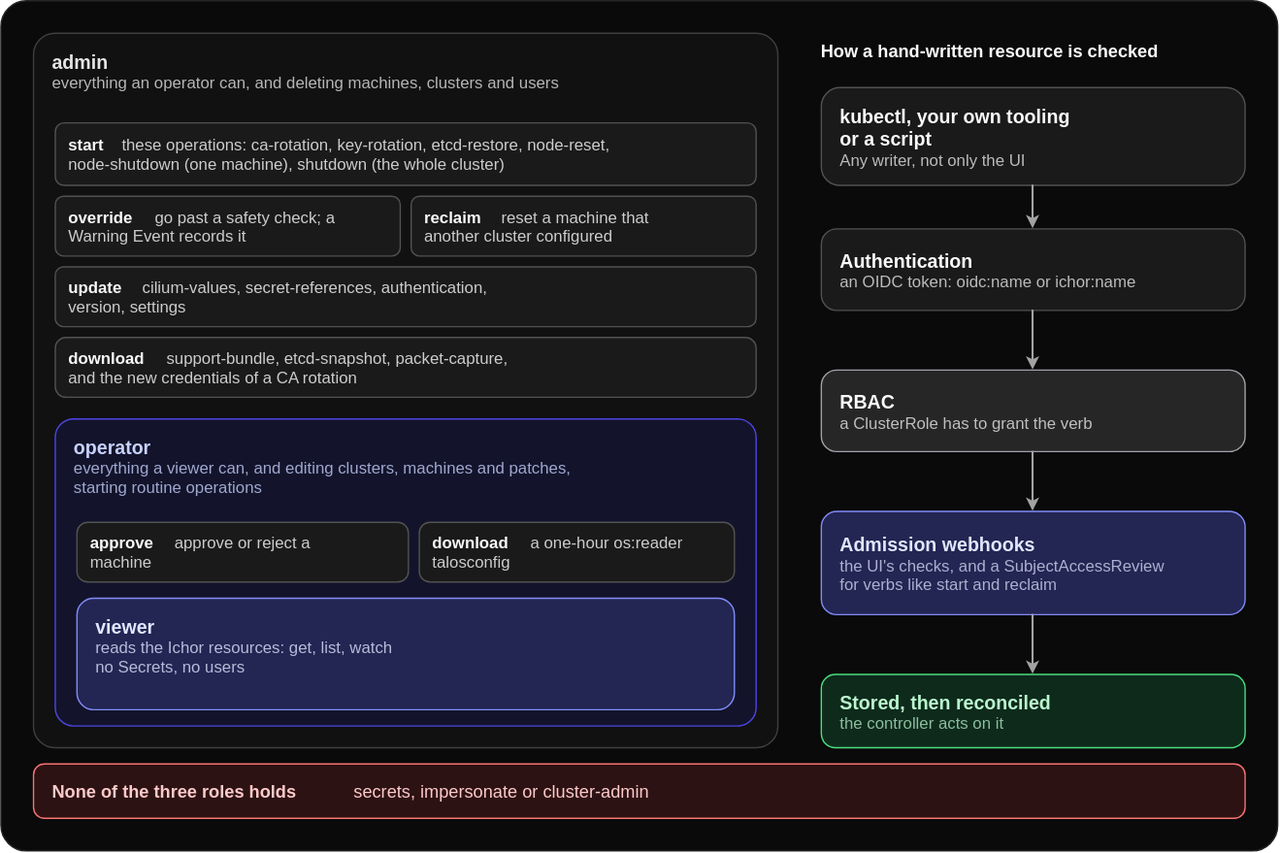
maeshinshin/ichor keeps this draw.io diagram as docs/images/roles.dark.drawio.svg. Above is the earlier version. Source tidied: cells renumbered, new cells last; positions are measured from the earlier drawing's top-left corner, leaving out a move shared by most shapes.
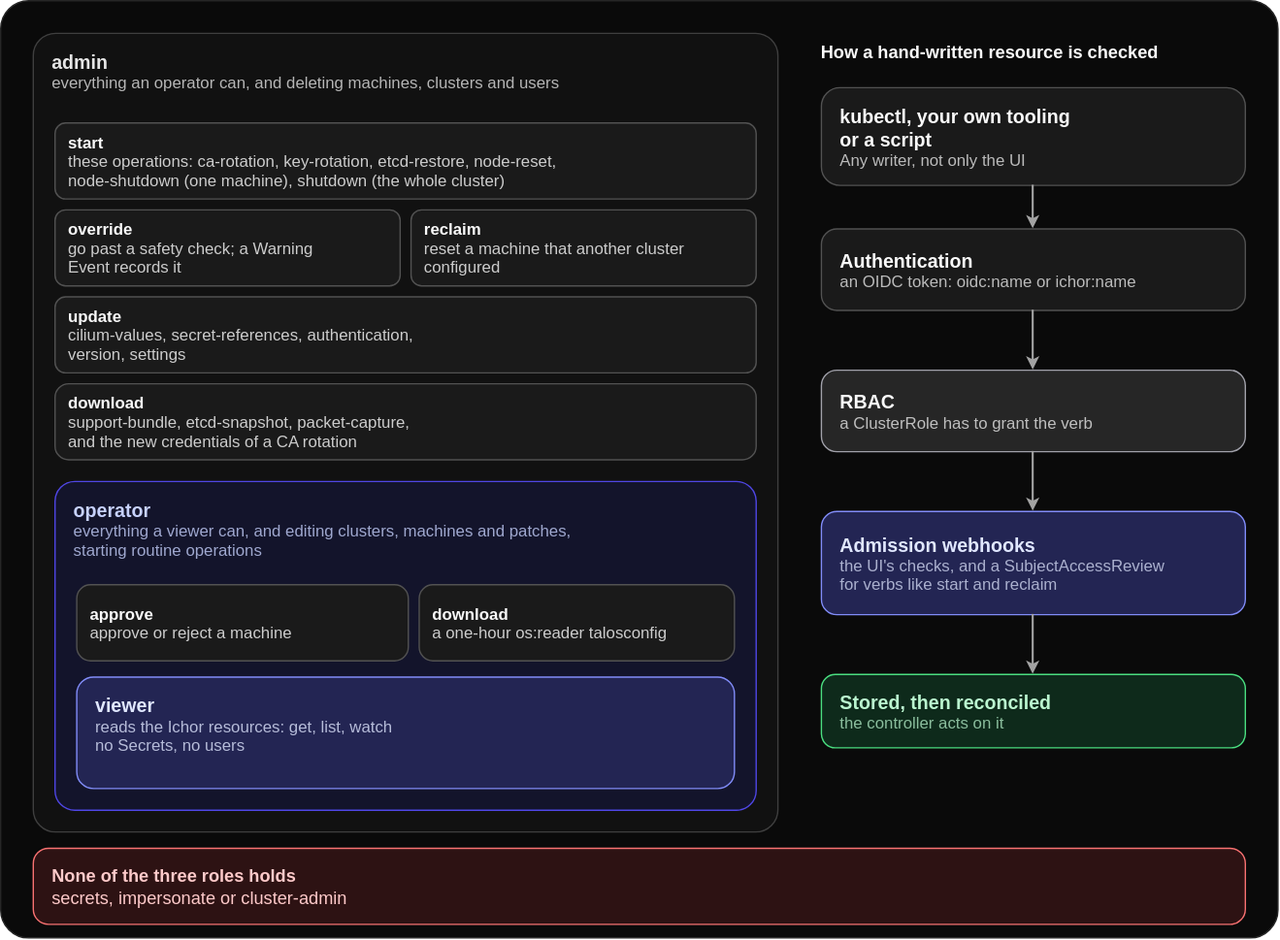
The same file after the commit.

Commit message:
docs(diagrams): roles: bold leads on their own line so no offset depends on the font

What changed in the source:
```diff
@@ -3,10 +3,10 @@
     <mxCell id="0" style="html=0;" />
     <mxCell id="1" style="html=0;" parent="0" />
     <mxCell id="2" style="rounded=1;arcSize=3;fillColor=light-dark(#FFFFFF,#0A0A0A);strokeColor=light-dark(#E5E5E5,#262626);strokeWidth=1;fontColor=light-dark(#171717,#FAFAFA);fontFamily=Helvetica;fontSize=14;align=center;verticalAlign=middle;html=0;" parent="1" vertex="1">
-      <mxGeometry width="940" height="626" as="geometry" />
+      <mxGeometry width="940" height="690" as="geometry" />
     </mxCell>
     <mxCell id="3" style="rounded=1;arcSize=3;fillColor=light-dark(#FAFAFA,#111111);strokeColor=light-dark(#D4D4D4,#3F3F3F);strokeWidth=1;fontColor=light-dark(#262626,#E5E5E5);fontFamily=Helvetica;fontSize=14;align=left;verticalAlign=top;spacingLeft=14;spacingTop=8;html=0;" parent="1" vertex="1">
-      <mxGeometry x="24" y="24" width="548" height="526" as="geometry" />
+      <mxGeometry x="24" y="24" width="548" height="588" as="geometry" />
     </mxCell>
     <mxCell id="4" value="admin" style="html=0;fillColor=none;strokeColor=none;fontFamily=Helvetica;fontSize=14;fontColor=light-dark(#262626,#E5E5E5);align=left;verticalAlign=middle;spacing=0;fontStyle=1;" parent="3" vertex="1">
       <mxGeometry x="14" y="12" width="534" height="17" as="geometry" />
@@ -15,67 +15,52 @@
       <mxGeometry x="14" y="29" width="534" height="14" as="geometry" />
     </mxCell>
     <mxCell id="6" style="rounded=1;arcSize=14;fillColor=light-dark(#FFFFFF,#1A1A1A);strokeColor=light-dark(#A3A3A3,#525252);strokeWidth=1;fontColor=light-dark(#171717,#FAFAFA);fontFamily=Helvetica;fontSize=12;align=left;verticalAlign=middle;spacingLeft=10;spacingRight=8;html=0;" parent="3" vertex="1">
-      <mxGeometry x="16" y="66" width="516" height="46" as="geometry" />
+      <mxGeometry x="16" y="66" width="516" height="56" as="geometry" />
     </mxCell>
     <mxCell id="7" value="start" style="html=0;fillColor=none;strokeColor=none;fontFamily=Helvetica;fontSize=12;fontColor=light-dark(#171717,#FAFAFA);align=left;verticalAlign=middle;spacing=0;fontStyle=1;" parent="6" vertex="1">
-      <mxGeometry x="10" y="9" width="39.4" height="14" as="geometry" />
+      <mxGeometry x="10" y="7" width="498" height="14" as="geometry" />
     </mxCell>
-    <mxCell id="8" value="these operations: ca-rotation, key-rotation, etcd-restore, node-reset," style="html=0;fillColor=none;strokeColor=none;fontFamily=Helvetica;fontSize=12;fontColor=light-dark(#171717,#FAFAFA);align=left;verticalAlign=middle;spacing=0;textOpacity=80;" parent="6" vertex="1">
-      <mxGeometry x="49.4" y="9" width="458.6" height="14" as="geometry" />
+    <mxCell id="8" value="these operations: ca-rotation, key-rotation, etcd-restore, node-reset,&#10;node-shutdown (one machine), shutdown (the whole cluster)" style="html=0;fillColor=none;strokeColor=none;fontFamily=Helvetica;fontSize=12;fontColor=light-dark(#171717,#FAFAFA);align=left;verticalAlign=middle;spacing=0;textOpacity=80;" parent="6" vertex="1">
+      <mxGeometry x="10" y="21" width="498" height="28" as="geometry" />
     </mxCell>
-    <mxCell id="9" value="node-shutdown (one machine), shutdown (the whole cluster)" style="html=0;fillColor=none;strokeColor=none;fontFamily=Helvetica;fontSize=12;fontColor=light-dark(#171717,#FAFAFA);align=left;verticalAlign=middle;spacing=0;textOpacity=80;" parent="6" vertex="1">
-      <mxGeometry x="10" y="23" width="498" height="14" as="geometry" />
-    </mxCell>
     <mxCell id="10" style="rounded=1;arcSize=14;fillColor=light-dark(#FFFFFF,#1A1A1A);strokeColor=light-dark(#A3A3A3,#525252);strokeWidth=1;fontColor=light-dark(#171717,#FAFAFA);fontFamily=Helvetica;fontSize=12;align=left;verticalAlign=middle;spacingLeft=10;spacingRight=8;html=0;" parent="3" vertex="1">
-      <mxGeometry x="16" y="120" width="254" height="44" as="geometry" />
+      <mxGeometry x="16" y="130" width="254" height="56" as="geometry" />
     </mxCell>
     <mxCell id="11" value="override" style="html=0;fillColor=none;strokeColor=none;fontFamily=Helvetica;fontSize=12;fontColor=light-dark(#171717,#FAFAFA);align=left;verticalAlign=middle;spacing=0;fontStyle=1;" parent="10" vertex="1">
-      <mxGeometry x="10" y="8" width="63.7" height="14" as="geometry" />
+      <mxGeometry x="10" y="7" width="236" height="14" as="geometry" />
     </mxCell>
-    <mxCell id="12" value="go past a safety check; a" style="html=0;fillColor=none;strokeColor=none;fontFamily=Helvetica;fontSize=12;fontColor=light-dark(#171717,#FAFAFA);align=left;verticalAlign=middle;spacing=0;textOpacity=80;" parent="10" vertex="1">
-      <mxGeometry x="73.7" y="8" width="172.3" height="14" as="geometry" />
+    <mxCell id="12" value="go past a safety check; a Warning&#10;Event records it" style="html=0;fillColor=none;strokeColor=none;fontFamily=Helvetica;fontSize=12;fontColor=light-dark(#171717,#FAFAFA);align=left;verticalAlign=middle;spacing=0;textOpacity=80;" parent="10" vertex="1">
+      <mxGeometry x="10" y="21" width="236" height="28" as="geometry" />
     </mxCell>
-    <mxCell id="13" value="Warning Event records it" style="html=0;fillColor=none;strokeColor=none;fontFamily=Helvetica;fontSize=12;fontColor=light-dark(#171717,#FAFAFA);align=left;verticalAlign=middle;spacing=0;textOpacity=80;" parent="10" vertex="1">
-      <mxGeometry x="10" y="22" width="236" height="14" as="geometry" />
-    </mxCell>
     <mxCell id="14" style="rounded=1;arcSize=14;fillColor=light-dark(#FFFFFF,#1A1A1A);strokeColor=light-dark(#A3A3A3,#525252);strokeWidth=1;fontColor=light-dark(#171717,#FAFAFA);fontFamily=Helvetica;fontSize=12;align=left;verticalAlign=middle;spacingLeft=10;spacingRight=8;html=0;" parent="3" vertex="1">
-      <mxGeometry x="278" y="120" width="254" height="44" as="geometry" />
+      <mxGeometry x="278" y="130" width="254" height="56" as="geometry" />
     </mxCell>
     <mxCell id="15" value="reclaim" style="html=0;fillColor=none;strokeColor=none;fontFamily=Helvetica;fontSize=12;fontColor=light-dark(#171717,#FAFAFA);align=left;verticalAlign=middle;spacing=0;fontStyle=1;" parent="14" vertex="1">
-      <mxGeometry x="10" y="8" width="56.8" height="14" as="geometry" />
+      <mxGeometry x="10" y="7" width="236" height="14" as="geometry" />
     </mxCell>
-    <mxCell id="16" value="reset a machine that" style="html=0;fillColor=none;strokeColor=none;fontFamily=Helvetica;fontSize=12;fontColor=light-dark(#171717,#FAFAFA);align=left;verticalAlign=middle;spacing=0;textOpacity=80;" parent="14" vertex="1">
-      <mxGeometry x="66.8" y="8" width="179.2" height="14" as="geometry" />
+    <mxCell id="16" value="reset a machine that another cluster&#10;configured" style="html=0;fillColor=none;strokeColor=none;fontFamily=Helvetica;fontSize=12;fontColor=light-dark(#171717,#FAFAFA);align=left;verticalAlign=middle;spacing=0;textOpacity=80;" parent="14" vertex="1">
+      <mxGeometry x="10" y="21" width="236" height="28" as="geometry" />
     </mxCell>
-    <mxCell id="17" value="another cluster configured" style="html=0;fillColor=none;strokeColor=none;fontFamily=Helvetica;fontSize=12;fontColor=light-dark(#171717,#FAFAFA);align=left;verticalAlign=middle;spacing=0;textOpacity=80;" parent="14" vertex="1">
-      <mxGeometry x="10" y="22" width="236" height="14" as="geometry" />
-    </mxCell>
     <mxCell id="18" style="rounded=1;arcSize=14;fillColor=light-dark(#FFFFFF,#1A1A1A);strokeColor=light-dark(#A3A3A3,#525252);strokeWidth=1;fontColor=light-dark(#171717,#FAFAFA);fontFamily=Helvetica;fontSize=12;align=left;verticalAlign=middle;spacingLeft=10;spacingRight=8;html=0;" parent="3" vertex="1">
-      <mxGeometry x="16" y="172" width="516" height="44" as="geometry" />
+      <mxGeometry x="16" y="194" width="516" height="56" as="geometry" />
     </mxCell>
     <mxCell id="19" value="update" style="html=0;fillColor=none;strokeColor=none;fontFamily=Helvetica;fontSize=12;fontColor=light-dark(#171717,#FAFAFA);align=left;verticalAlign=middle;spacing=0;fontStyle=1;" parent="18" vertex="1">
-      <mxGeometry x="10" y="8" width="54.5" height="14" as="geometry" />
+      <mxGeometry x="10" y="7" width="498" height="14" as="geometry" />
     </mxCell>
-    <mxCell id="20" value="cilium-values, secret-references, authentication," style="html=0;fillColor=none;strokeColor=none;fontFamily=Helvetica;fontSize=12;fontColor=light-dark(#171717,#FAFAFA);align=left;verticalAlign=middle;spacing=0;textOpacity=80;" parent="18" vertex="1">
-      <mxGeometry x="64.5" y="8" width="443.5" height="14" as="geometry" />
+    <mxCell id="20" value="cilium-values, secret-references, authentication,&#10;version, settings" style="html=0;fillColor=none;strokeColor=none;fontFamily=Helvetica;fontSize=12;fontColor=light-dark(#171717,#FAFAFA);align=left;verticalAlign=middle;spacing=0;textOpacity=80;" parent="18" vertex="1">
+      <mxGeometry x="10" y="21" width="498" height="28" as="geometry" />
     </mxCell>
-    <mxCell id="21" value="version, settings" style="html=0;fillColor=none;strokeColor=none;fontFamily=Helvetica;fontSize=12;fontColor=light-dark(#171717,#FAFAFA);align=left;verticalAlign=middle;spacing=0;textOpacity=80;" parent="18" vertex="1">
-      <mxGeometry x="10" y="22" width="498" height="14" as="geometry" />
-    </mxCell>
     <mxCell id="22" style="rounded=1;arcSize=18;fillColor=light-dark(#FFFFFF,#1A1A1A);strokeColor=light-dark(#A3A3A3,#525252);strokeWidth=1;fontColor=light-dark(#171717,#FAFAFA);fontFamily=Helvetica;fontSize=12;align=left;verticalAlign=middle;spacingLeft=10;spacingRight=8;html=0;" parent="3" vertex="1">
-      <mxGeometry x="16" y="224" width="516" height="44" as="geometry" />
+      <mxGeometry x="16" y="258" width="516" height="56" as="geometry" />
     </mxCell>
     <mxCell id="23" value="download" style="html=0;fillColor=none;strokeColor=none;fontFamily=Helvetica;fontSize=12;fontColor=light-dark(#171717,#FAFAFA);align=left;verticalAlign=middle;spacing=0;fontStyle=1;" parent="22" vertex="1">
-      <mxGeometry x="10" y="8" width="72.3" height="14" as="geometry" />
+      <mxGeometry x="10" y="7" width="498" height="14" as="geometry" />
     </mxCell>
-    <mxCell id="24" value="support-bundle, etcd-snapshot, packet-capture," style="html=0;fillColor=none;strokeColor=none;fontFamily=Helvetica;fontSize=12;fontColor=light-dark(#171717,#FAFAFA);align=left;verticalAlign=middle;spacing=0;textOpacity=80;" parent="22" vertex="1">
-      <mxGeometry x="82.3" y="8" width="425.7" height="14" as="geometry" />
+    <mxCell id="24" value="support-bundle, etcd-snapshot, packet-capture,&#10;and the new credentials of a CA rotation" style="html=0;fillColor=none;strokeColor=none;fontFamily=Helvetica;fontSize=12;fontColor=light-dark(#171717,#FAFAFA);align=left;verticalAlign=middle;spacing=0;textOpacity=80;" parent="22" vertex="1">
+      <mxGeometry x="10" y="21" width="498" height="28" as="geometry" />
     </mxCell>
-    <mxCell id="25" value="and the new credentials of a CA rotation" style="html=0;fillColor=none;strokeColor=none;fontFamily=Helvetica;fontSize=12;fontColor=light-dark(#171717,#FAFAFA);align=left;verticalAlign=middle;spacing=0;textOpacity=80;" parent="22" vertex="1">
-      <mxGeometry x="10" y="22" width="498" height="14" as="geometry" />
-    </mxCell>
     <mxCell id="26" style="rounded=1;arcSize=6;fillColor=light-dark(#F7F8FF,#13142B);strokeColor=light-dark(#A5B4FC,#4F46E5);strokeWidth=1;fontColor=light-dark(#312E81,#C7D2FE);fontFamily=Helvetica;fontSize=14;align=left;verticalAlign=top;spacingLeft=14;spacingTop=8;html=0;" parent="3" vertex="1">
-      <mxGeometry x="16" y="284" width="516" height="226" as="geometry" />
+      <mxGeometry x="16" y="330" width="516" height="242" as="geometry" />
     </mxCell>
     <mxCell id="27" value="operator" style="html=0;fillColor=none;strokeColor=none;fontFamily=Helvetica;fontSize=14;fontColor=light-dark(#312E81,#C7D2FE);align=left;verticalAlign=middle;spacing=0;fontStyle=1;" parent="26" vertex="1">
       <mxGeometry x="14" y="12" width="502" height="17" as="geometry" />
@@ -84,31 +69,25 @@
       <mxGeometry x="14" y="29" width="502" height="28" as="geometry" />
     </mxCell>
     <mxCell id="29" style="rounded=1;arcSize=18;fillColor=light-dark(#FFFFFF,#1A1A1A);strokeColor=light-dark(#A3A3A3,#525252);strokeWidth=1;fontColor=light-dark(#171717,#FAFAFA);fontFamily=Helvetica;fontSize=12;align=left;verticalAlign=middle;spacingLeft=10;spacingRight=8;html=0;" parent="26" vertex="1">
-      <mxGeometry x="16" y="76" width="244" height="44" as="geometry" />
+      <mxGeometry x="16" y="76" width="244" height="56" as="geometry" />
     </mxCell>
     <mxCell id="30" value="approve" style="html=0;fillColor=none;strokeColor=none;fontFamily=Helvetica;fontSize=12;fontColor=light-dark(#171717,#FAFAFA);align=left;verticalAlign=middle;spacing=0;fontStyle=1;" parent="29" vertex="1">
-      <mxGeometry x="10" y="8" width="62.2" height="14" as="geometry" />
+      <mxGeometry x="10" y="14" width="226" height="14" as="geometry" />
     </mxCell>
-    <mxCell id="31" value="approve or reject a" style="html=0;fillColor=none;strokeColor=none;fontFamily=Helvetica;fontSize=12;fontColor=light-dark(#171717,#FAFAFA);align=left;verticalAlign=middle;spacing=0;textOpacity=80;" parent="29" vertex="1">
-      <mxGeometry x="72.2" y="8" width="163.8" height="14" as="geometry" />
+    <mxCell id="31" value="approve or reject a machine" style="html=0;fillColor=none;strokeColor=none;fontFamily=Helvetica;fontSize=12;fontColor=light-dark(#171717,#FAFAFA);align=left;verticalAlign=middle;spacing=0;textOpacity=80;" parent="29" vertex="1">
+      <mxGeometry x="10" y="28" width="226" height="14" as="geometry" />
     </mxCell>
-    <mxCell id="32" value="machine" style="html=0;fillColor=none;strokeColor=none;fontFamily=Helvetica;fontSize=12;fontColor=light-dark(#171717,#FAFAFA);align=left;verticalAlign=middle;spacing=0;textOpacity=80;" parent="29" vertex="1">
-      <mxGeometry x="10" y="22" width="226" height="14" as="geometry" />
-    </mxCell>
     <mxCell id="33" style="rounded=1;arcSize=18;fillColor=light-dark(#FFFFFF,#1A1A1A);strokeColor=light-dark(#A3A3A3,#525252);strokeWidth=1;fontColor=light-dark(#171717,#FAFAFA);fontFamily=Helvetica;fontSize=12;align=left;verticalAlign=middle;spacingLeft=10;spacingRight=8;html=0;" parent="26" vertex="1">
-      <mxGeometry x="268" y="76" width="232" height="44" as="geometry" />
+      <mxGeometry x="268" y="76" width="232" height="56" as="geometry" />
     </mxCell>
     <mxCell id="34" value="download" style="html=0;fillColor=none;strokeColor=none;fontFamily=Helvetica;fontSize=12;fontColor=light-dark(#171717,#FAFAFA);align=left;verticalAlign=middle;spacing=0;fontStyle=1;" parent="33" vertex="1">
-      <mxGeometry x="10" y="8" width="72.3" height="14" as="geometry" />
+      <mxGeometry x="10" y="14" width="214" height="14" as="geometry" />
     </mxCell>
-    <mxCell id="35" value="a one-hour os:reader" style="html=0;fillColor=none;strokeColor=none;fontFamily=Helvetica;fontSize=12;fontColor=light-dark(#171717,#FAFAFA);align=left;verticalAlign=middle;spacing=0;textOpacity=80;" parent="33" vertex="1">
-      <mxGeometry x="82.3" y="8" width="141.7" height="14" as="geometry" />
+    <mxCell id="35" value="a one-hour os:reader talosconfig" style="html=0;fillColor=none;strokeColor=none;fontFamily=Helvetica;fontSize=12;fontColor=light-dark(#171717,#FAFAFA);align=left;verticalAlign=middle;spacing=0;textOpacity=80;" parent="33" vertex="1">
+      <mxGeometry x="10" y="28" width="214" height="14" as="geometry" />
     </mxCell>
-    <mxCell id="36" value="talosconfig" style="html=0;fillColor=none;strokeColor=none;fontFamily=Helvetica;fontSize=12;fontColor=light-dark(#171717,#FAFAFA);align=left;verticalAlign=middle;spacing=0;textOpacity=80;" parent="33" vertex="1">
-      <mxGeometry x="10" y="22" width="214" height="14" as="geometry" />
-    </mxCell>
     <mxCell id="37" style="rounded=1;arcSize=15;fillColor=light-dark(#EEF2FF,#232553);strokeColor=light-dark(#6366F1,#818CF8);strokeWidth=1;fontColor=light-dark(#1E1B4B,#E0E7FF);fontFamily=Helvetica;fontSize=14;align=left;verticalAlign=top;spacingLeft=14;spacingTop=8;html=0;" parent="26" vertex="1">
-      <mxGeometry x="16" y="132" width="484" height="82" as="geometry" />
+      <mxGeometry x="16" y="144" width="484" height="82" as="geometry" />
     </mxCell>
     <mxCell id="38" value="viewer" style="html=0;fillColor=none;strokeColor=none;fontFamily=Helvetica;fontSize=14;fontColor=light-dark(#1E1B4B,#E0E7FF);align=left;verticalAlign=middle;spacing=0;fontStyle=1;" parent="37" vertex="1">
       <mxGeometry x="14" y="12" width="470" height="17" as="geometry" />
@@ -177,13 +156,13 @@
       <mxGeometry relative="1" as="geometry" />
     </mxCell>
     <mxCell id="60" style="rounded=1;arcSize=20;fillColor=light-dark(#FEF2F2,#2D1213);strokeColor=light-dark(#DC2626,#F87171);strokeWidth=1;fontColor=light-dark(#7F1D1D,#FECACA);fontFamily=Helvetica;fontSize=13;align=left;verticalAlign=middle;spacingLeft=14;spacingRight=14;html=0;" parent="1" vertex="1">
-      <mxGeometry x="24" y="562" width="892" height="40" as="geometry" />
+      <mxGeometry x="24" y="624" width="892" height="56" as="geometry" />
     </mxCell>
     <mxCell id="61" value="None of the three roles holds" style="html=0;fillColor=none;strokeColor=none;fontFamily=Helvetica;fontSize=13;fontColor=light-dark(#7F1D1D,#FECACA);align=left;verticalAlign=middle;spacing=0;fontStyle=1;" parent="60" vertex="1">
-      <mxGeometry x="14" y="12" width="222.1" height="16" as="geometry" />
+      <mxGeometry x="14" y="12" width="864" height="16" as="geometry" />
     </mxCell>
     <mxCell id="62" value="secrets, impersonate or cluster-admin" style="html=0;fillColor=none;strokeColor=none;fontFamily=Helvetica;fontSize=13;fontColor=light-dark(#7F1D1D,#FECACA);align=left;verticalAlign=middle;spacing=0;" parent="60" vertex="1">
-      <mxGeometry x="236.1" y="12" width="641.9" height="16" as="geometry" />
+      <mxGeometry x="14" y="28" width="864" height="16" as="geometry" />
     </mxCell>
   </root>
 </mxGraphModel>
```
